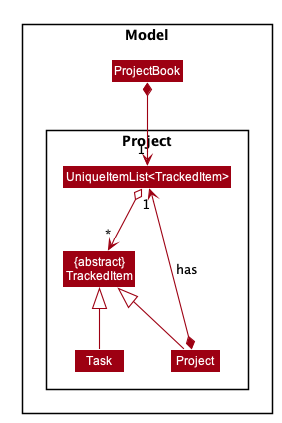
Above: docs/images/ProjectTaskClassDiagram.png in pr4aveen/tp (PlantUML), before the change.
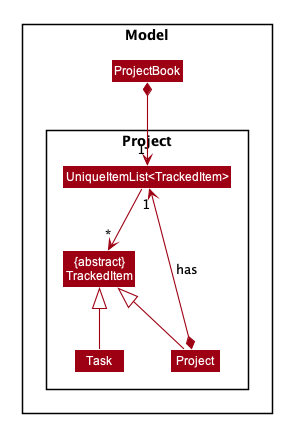
The same file after the commit.

Diff of the diagram source:
```diff
@@ -65,7 +65,7 @@
 
 
 ProjectBook *--> "1" "UniqueItemList<TrackedItem>"
-"UniqueItemList<TrackedItem>" o--> "*" TrackedItem
+"UniqueItemList<TrackedItem>" --> "*" TrackedItem
 
 Project -up-|> TrackedItem
 Task -up-|> TrackedItem
```
